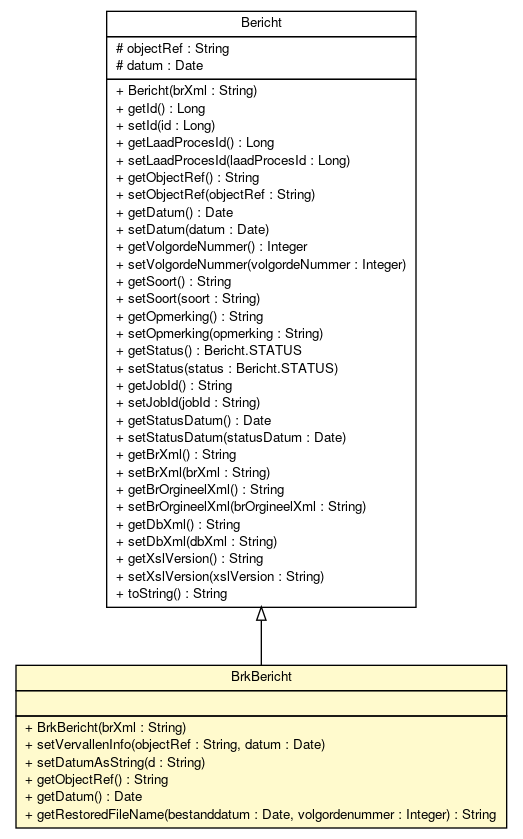
This is brmo-loader/apidocs/nl/b3p/brmo/loader/entity/BrkBericht.png from B3Partners/brmo, a Graphviz export, as it was before one commit. Its source is kept beside it as brmo-loader/apidocs/nl/b3p/brmo/loader/entity/BrkBericht.dot.
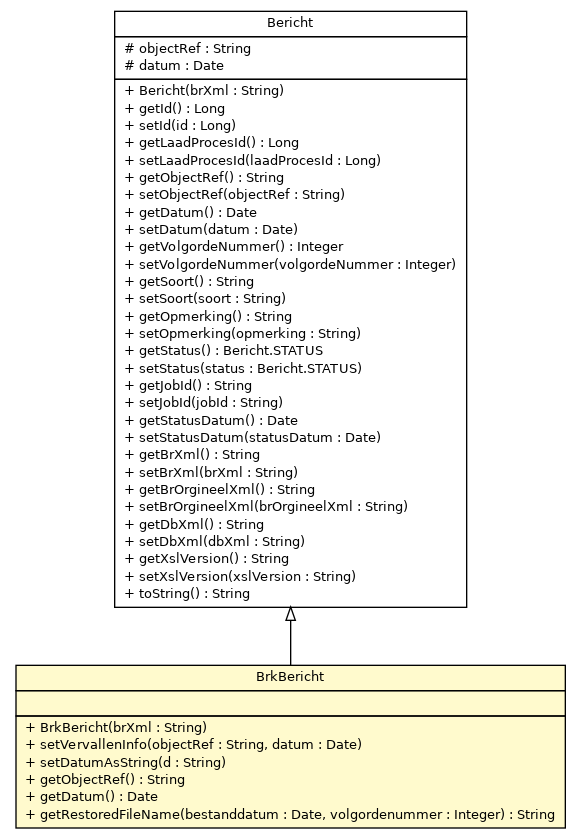
Later version of the same file.

Diff of the diagram source:
```diff
@@ -4,7 +4,23 @@
 	node [fontname="Helvetica",fontsize=10,shape=plaintext];
 	nodesep=0.25;
 	ranksep=0.5;
-	c1443 [label=<<table title="nl.b3p.brmo.loader.entity.Bericht" border="0" cellborder="1" cellspacing="0" cellpadding="2" port="p" href="./Bericht.html">
+	c1437 [label=<<table title="nl.b3p.brmo.loader.entity.BrkBericht" border="0" cellborder="1" cellspacing="0" cellpadding="2" port="p" bgcolor="lemonChiffon" href="./BrkBericht.html">
+		<tr><td><table border="0" cellspacing="0" cellpadding="1">
+<tr><td align="center" balign="center"> BrkBericht </td></tr>
+		</table></td></tr>
+		<tr><td><table border="0" cellspacing="0" cellpadding="1">
+<tr><td align="left" balign="left">  </td></tr>
+		</table></td></tr>
+		<tr><td><table border="0" cellspacing="0" cellpadding="1">
+<tr><td align="left" balign="left"> + BrkBericht(brXml : String) </td></tr>
+<tr><td align="left" balign="left"> + setVervallenInfo(objectRef : String, datum : Date) </td></tr>
+<tr><td align="left" balign="left"> + setDatumAsString(d : String) </td></tr>
+<tr><td align="left" balign="left"> + getObjectRef() : String </td></tr>
+<tr><td align="left" balign="left"> + getDatum() : Date </td></tr>
+<tr><td align="left" balign="left"> + getRestoredFileName(bestanddatum : Date, volgordenummer : Integer) : String </td></tr>
+		</table></td></tr>
+		</table>>, URL="./BrkBericht.html", fontname="Helvetica", fontcolor="black", fontsize=10.0];
+	c1438 [label=<<table title="nl.b3p.brmo.loader.entity.Bericht" border="0" cellborder="1" cellspacing="0" cellpadding="2" port="p" href="./Bericht.html">
 		<tr><td><table border="0" cellspacing="0" cellpadding="1">
 <tr><td align="center" balign="center"> Bericht </td></tr>
 		</table></td></tr>
@@ -45,21 +61,5 @@
 <tr><td align="left" balign="left"> + toString() : String </td></tr>
 		</table></td></tr>
 		</table>>, URL="./Bericht.html", fontname="Helvetica", fontcolor="black", fontsize=10.0];
-	c1445 [label=<<table title="nl.b3p.brmo.loader.entity.BrkBericht" border="0" cellborder="1" cellspacing="0" cellpadding="2" port="p" bgcolor="lemonChiffon" href="./BrkBericht.html">
-		<tr><td><table border="0" cellspacing="0" cellpadding="1">
-<tr><td align="center" balign="center"> BrkBericht </td></tr>
-		</table></td></tr>
-		<tr><td><table border="0" cellspacing="0" cellpadding="1">
-<tr><td align="left" balign="left">  </td></tr>
-		</table></td></tr>
-		<tr><td><table border="0" cellspacing="0" cellpadding="1">
-<tr><td align="left" balign="left"> + BrkBericht(brXml : String) </td></tr>
-<tr><td align="left" balign="left"> + setVervallenInfo(objectRef : String, datum : Date) </td></tr>
-<tr><td align="left" balign="left"> + setDatumAsString(d : String) </td></tr>
-<tr><td align="left" balign="left"> + getObjectRef() : String </td></tr>
-<tr><td align="left" balign="left"> + getDatum() : Date </td></tr>
-<tr><td align="left" balign="left"> + getRestoredFileName(bestanddatum : Date, volgordenummer : Integer) : String </td></tr>
-		</table></td></tr>
-		</table>>, URL="./BrkBericht.html", fontname="Helvetica", fontcolor="black", fontsize=10.0];
-	c1443:p -> c1445:p [dir=back,arrowtail=empty];
+	c1438:p -> c1437:p [dir=back,arrowtail=empty];
 }
```
